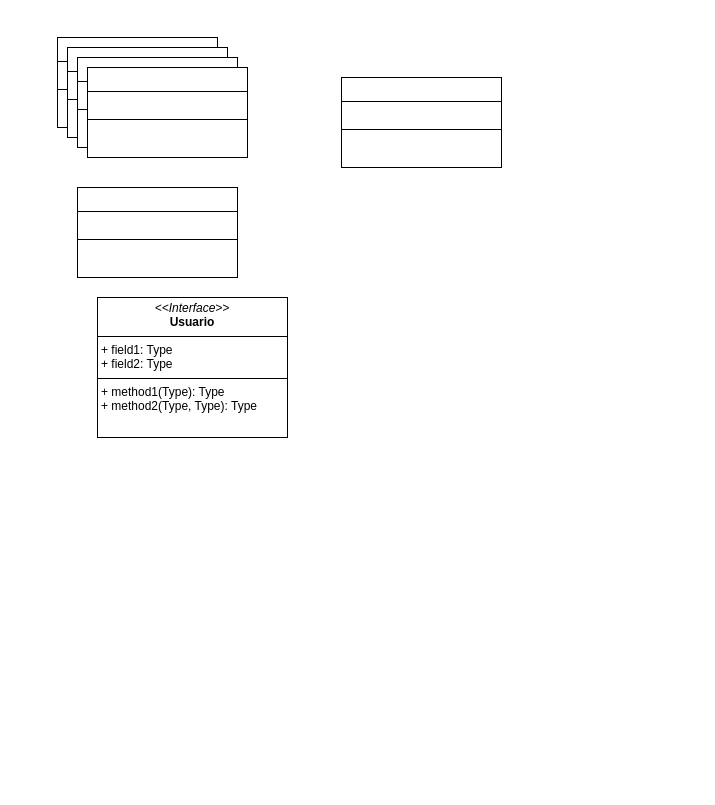
Earlier version of the draw.io diagram Análisis y diseño de sistemas/P2A1/Diagrama sin título.drawio (aloantony/TrabajosEnGrupoGII-DalilaTony). Source tidied: cells renumbered, new cells numbered last; positions are measured from the earlier drawing's top-left corner, leaving out a move shared by most shapes. Both pictures are drawn from the tidied source at 100%, with x=0, y=0 at pixel (57, 37).
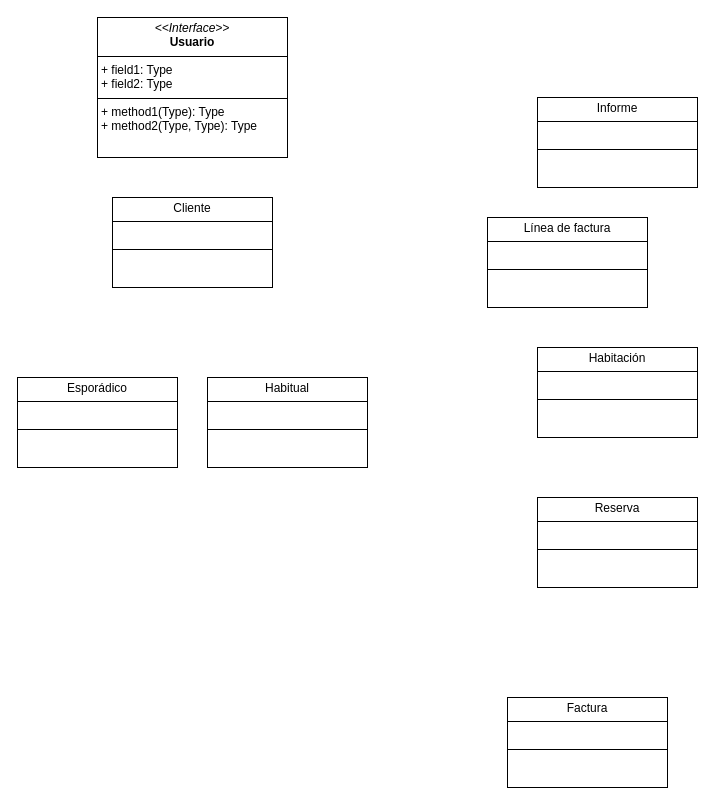
The same diagram, later.

Diff of the diagram source:
```diff
@@
 <mxGraphModel>
   <root>
     <mxCell id="0" />
     <mxCell id="1" parent="0" />
     <mxCell id="2" value="&lt;p style=&quot;margin:0px;margin-top:4px;text-align:center;&quot;&gt;&lt;i&gt;&amp;lt;&amp;lt;Interface&amp;gt;&amp;gt;&lt;/i&gt;&lt;br&gt;&lt;b&gt;Usuario&lt;/b&gt;&lt;/p&gt;&lt;hr size=&quot;1&quot; style=&quot;border-style:solid;&quot;&gt;&lt;p style=&quot;margin:0px;margin-left:4px;&quot;&gt;+ field1: Type&lt;br&gt;+ field2: Type&lt;/p&gt;&lt;hr size=&quot;1&quot; style=&quot;border-style:solid;&quot;&gt;&lt;p style=&quot;margin:0px;margin-left:4px;&quot;&gt;+ method1(Type): Type&lt;br&gt;+ method2(Type, Type): Type&lt;/p&gt;" style="verticalAlign=top;align=left;overflow=fill;html=1;whiteSpace=wrap;" parent="1" vertex="1">
-      <mxGeometry x="40" y="260" width="190" height="140" as="geometry" />
+      <mxGeometry x="40" y="-20" width="190" height="140" as="geometry" />
     </mxCell>
-    <mxCell id="3" value="&lt;p style=&quot;margin:0px;margin-top:4px;text-align:center;&quot;&gt;&lt;br&gt;&lt;/p&gt;&lt;hr size=&quot;1&quot; style=&quot;border-style:solid;&quot;&gt;&lt;p style=&quot;margin:0px;margin-left:4px;&quot;&gt;&lt;br&gt;&lt;/p&gt;&lt;hr size=&quot;1&quot; style=&quot;border-style:solid;&quot;&gt;&lt;p style=&quot;margin:0px;margin-left:4px;&quot;&gt;&lt;/p&gt;" style="verticalAlign=top;align=left;overflow=fill;html=1;whiteSpace=wrap;" parent="1" vertex="1">
-      <mxGeometry x="284" y="40" width="160" height="90" as="geometry" />
+    <mxCell id="3" value="&lt;p style=&quot;margin:0px;margin-top:4px;text-align:center;&quot;&gt;Habitación&lt;/p&gt;&lt;hr size=&quot;1&quot; style=&quot;border-style:solid;&quot;&gt;&lt;p style=&quot;margin:0px;margin-left:4px;&quot;&gt;&lt;br&gt;&lt;/p&gt;&lt;hr size=&quot;1&quot; style=&quot;border-style:solid;&quot;&gt;&lt;p style=&quot;margin:0px;margin-left:4px;&quot;&gt;&lt;/p&gt;" style="verticalAlign=top;align=left;overflow=fill;html=1;whiteSpace=wrap;" parent="1" vertex="1">
+      <mxGeometry x="480" y="310" width="160" height="90" as="geometry" />
     </mxCell>
-    <mxCell id="4" value="&lt;p style=&quot;margin:0px;margin-top:4px;text-align:center;&quot;&gt;&lt;br&gt;&lt;/p&gt;&lt;hr size=&quot;1&quot; style=&quot;border-style:solid;&quot;&gt;&lt;p style=&quot;margin:0px;margin-left:4px;&quot;&gt;&lt;br&gt;&lt;/p&gt;&lt;hr size=&quot;1&quot; style=&quot;border-style:solid;&quot;&gt;&lt;p style=&quot;margin:0px;margin-left:4px;&quot;&gt;&lt;/p&gt;" style="verticalAlign=top;align=left;overflow=fill;html=1;whiteSpace=wrap;" parent="1" vertex="1">
-      <mxGeometry x="20" y="150" width="160" height="90" as="geometry" />
+    <mxCell id="4" value="&lt;p style=&quot;margin:0px;margin-top:4px;text-align:center;&quot;&gt;Línea de factura&lt;/p&gt;&lt;hr size=&quot;1&quot; style=&quot;border-style:solid;&quot;&gt;&lt;p style=&quot;margin:0px;margin-left:4px;&quot;&gt;&lt;br&gt;&lt;/p&gt;&lt;hr size=&quot;1&quot; style=&quot;border-style:solid;&quot;&gt;&lt;p style=&quot;margin:0px;margin-left:4px;&quot;&gt;&lt;/p&gt;" style="verticalAlign=top;align=left;overflow=fill;html=1;whiteSpace=wrap;" parent="1" vertex="1">
+      <mxGeometry x="430" y="180" width="160" height="90" as="geometry" />
     </mxCell>
-    <mxCell id="5" value="&lt;p style=&quot;margin:0px;margin-top:4px;text-align:center;&quot;&gt;&lt;br&gt;&lt;/p&gt;&lt;hr size=&quot;1&quot; style=&quot;border-style:solid;&quot;&gt;&lt;p style=&quot;margin:0px;margin-left:4px;&quot;&gt;&lt;br&gt;&lt;/p&gt;&lt;hr size=&quot;1&quot; style=&quot;border-style:solid;&quot;&gt;&lt;p style=&quot;margin:0px;margin-left:4px;&quot;&gt;&lt;/p&gt;" style="verticalAlign=top;align=left;overflow=fill;html=1;whiteSpace=wrap;" parent="1" vertex="1">
-      <mxGeometry width="160" height="90" as="geometry" />
+    <mxCell id="5" value="&lt;p style=&quot;margin:0px;margin-top:4px;text-align:center;&quot;&gt;Informe&lt;/p&gt;&lt;hr size=&quot;1&quot; style=&quot;border-style:solid;&quot;&gt;&lt;p style=&quot;margin:0px;margin-left:4px;&quot;&gt;&lt;br&gt;&lt;/p&gt;&lt;hr size=&quot;1&quot; style=&quot;border-style:solid;&quot;&gt;&lt;p style=&quot;margin:0px;margin-left:4px;&quot;&gt;&lt;/p&gt;" style="verticalAlign=top;align=left;overflow=fill;html=1;whiteSpace=wrap;" parent="1" vertex="1">
+      <mxGeometry x="480" y="60" width="160" height="90" as="geometry" />
     </mxCell>
-    <mxCell id="6" value="&lt;p style=&quot;margin:0px;margin-top:4px;text-align:center;&quot;&gt;&lt;br&gt;&lt;/p&gt;&lt;hr size=&quot;1&quot; style=&quot;border-style:solid;&quot;&gt;&lt;p style=&quot;margin:0px;margin-left:4px;&quot;&gt;&lt;br&gt;&lt;/p&gt;&lt;hr size=&quot;1&quot; style=&quot;border-style:solid;&quot;&gt;&lt;p style=&quot;margin:0px;margin-left:4px;&quot;&gt;&lt;/p&gt;" style="verticalAlign=top;align=left;overflow=fill;html=1;whiteSpace=wrap;" parent="1" vertex="1">
-      <mxGeometry x="10" y="10" width="160" height="90" as="geometry" />
+    <mxCell id="6" value="&lt;p style=&quot;margin:0px;margin-top:4px;text-align:center;&quot;&gt;Cliente&lt;/p&gt;&lt;hr size=&quot;1&quot; style=&quot;border-style:solid;&quot;&gt;&lt;p style=&quot;margin:0px;margin-left:4px;&quot;&gt;&lt;br&gt;&lt;/p&gt;&lt;hr size=&quot;1&quot; style=&quot;border-style:solid;&quot;&gt;&lt;p style=&quot;margin:0px;margin-left:4px;&quot;&gt;&lt;/p&gt;" style="verticalAlign=top;align=left;overflow=fill;html=1;whiteSpace=wrap;" parent="1" vertex="1">
+      <mxGeometry x="55" y="160" width="160" height="90" as="geometry" />
     </mxCell>
-    <mxCell id="7" value="&lt;p style=&quot;margin:0px;margin-top:4px;text-align:center;&quot;&gt;&lt;br&gt;&lt;/p&gt;&lt;hr size=&quot;1&quot; style=&quot;border-style:solid;&quot;&gt;&lt;p style=&quot;margin:0px;margin-left:4px;&quot;&gt;&lt;br&gt;&lt;/p&gt;&lt;hr size=&quot;1&quot; style=&quot;border-style:solid;&quot;&gt;&lt;p style=&quot;margin:0px;margin-left:4px;&quot;&gt;&lt;/p&gt;" style="verticalAlign=top;align=left;overflow=fill;html=1;whiteSpace=wrap;" parent="1" vertex="1">
-      <mxGeometry x="20" y="20" width="160" height="90" as="geometry" />
+    <mxCell id="7" value="&lt;p style=&quot;margin:0px;margin-top:4px;text-align:center;&quot;&gt;Reserva&lt;/p&gt;&lt;hr size=&quot;1&quot; style=&quot;border-style:solid;&quot;&gt;&lt;p style=&quot;margin:0px;margin-left:4px;&quot;&gt;&lt;br&gt;&lt;/p&gt;&lt;hr size=&quot;1&quot; style=&quot;border-style:solid;&quot;&gt;&lt;p style=&quot;margin:0px;margin-left:4px;&quot;&gt;&lt;/p&gt;" style="verticalAlign=top;align=left;overflow=fill;html=1;whiteSpace=wrap;" parent="1" vertex="1">
+      <mxGeometry x="480" y="460" width="160" height="90" as="geometry" />
     </mxCell>
-    <mxCell id="8" value="&lt;p style=&quot;margin:0px;margin-top:4px;text-align:center;&quot;&gt;&lt;br&gt;&lt;/p&gt;&lt;hr size=&quot;1&quot; style=&quot;border-style:solid;&quot;&gt;&lt;p style=&quot;margin:0px;margin-left:4px;&quot;&gt;&lt;br&gt;&lt;/p&gt;&lt;hr size=&quot;1&quot; style=&quot;border-style:solid;&quot;&gt;&lt;p style=&quot;margin:0px;margin-left:4px;&quot;&gt;&lt;/p&gt;" style="verticalAlign=top;align=left;overflow=fill;html=1;whiteSpace=wrap;" parent="1" vertex="1">
-      <mxGeometry x="30" y="30" width="160" height="90" as="geometry" />
+    <mxCell id="8" value="&lt;p style=&quot;margin:0px;margin-top:4px;text-align:center;&quot;&gt;Factura&lt;/p&gt;&lt;hr size=&quot;1&quot; style=&quot;border-style:solid;&quot;&gt;&lt;p style=&quot;margin:0px;margin-left:4px;&quot;&gt;&lt;br&gt;&lt;/p&gt;&lt;hr size=&quot;1&quot; style=&quot;border-style:solid;&quot;&gt;&lt;p style=&quot;margin:0px;margin-left:4px;&quot;&gt;&lt;/p&gt;" style="verticalAlign=top;align=left;overflow=fill;html=1;whiteSpace=wrap;" parent="1" vertex="1">
+      <mxGeometry x="450" y="660" width="160" height="90" as="geometry" />
     </mxCell>
+    <mxCell id="9" value="&lt;p style=&quot;margin:0px;margin-top:4px;text-align:center;&quot;&gt;Habitual&lt;/p&gt;&lt;hr size=&quot;1&quot; style=&quot;border-style:solid;&quot;&gt;&lt;p style=&quot;margin:0px;margin-left:4px;&quot;&gt;&lt;br&gt;&lt;/p&gt;&lt;hr size=&quot;1&quot; style=&quot;border-style:solid;&quot;&gt;&lt;p style=&quot;margin:0px;margin-left:4px;&quot;&gt;&lt;/p&gt;" style="verticalAlign=top;align=left;overflow=fill;html=1;whiteSpace=wrap;" parent="1" vertex="1">
+      <mxGeometry x="150" y="340" width="160" height="90" as="geometry" />
+    </mxCell>
+    <mxCell id="10" value="&lt;p style=&quot;margin:0px;margin-top:4px;text-align:center;&quot;&gt;Esporádico&lt;/p&gt;&lt;hr size=&quot;1&quot; style=&quot;border-style:solid;&quot;&gt;&lt;p style=&quot;margin:0px;margin-left:4px;&quot;&gt;&lt;br&gt;&lt;/p&gt;&lt;hr size=&quot;1&quot; style=&quot;border-style:solid;&quot;&gt;&lt;p style=&quot;margin:0px;margin-left:4px;&quot;&gt;&lt;/p&gt;" style="verticalAlign=top;align=left;overflow=fill;html=1;whiteSpace=wrap;" parent="1" vertex="1">
+      <mxGeometry x="-40" y="340" width="160" height="90" as="geometry" />
+    </mxCell>
   </root>
 </mxGraphModel>
```
